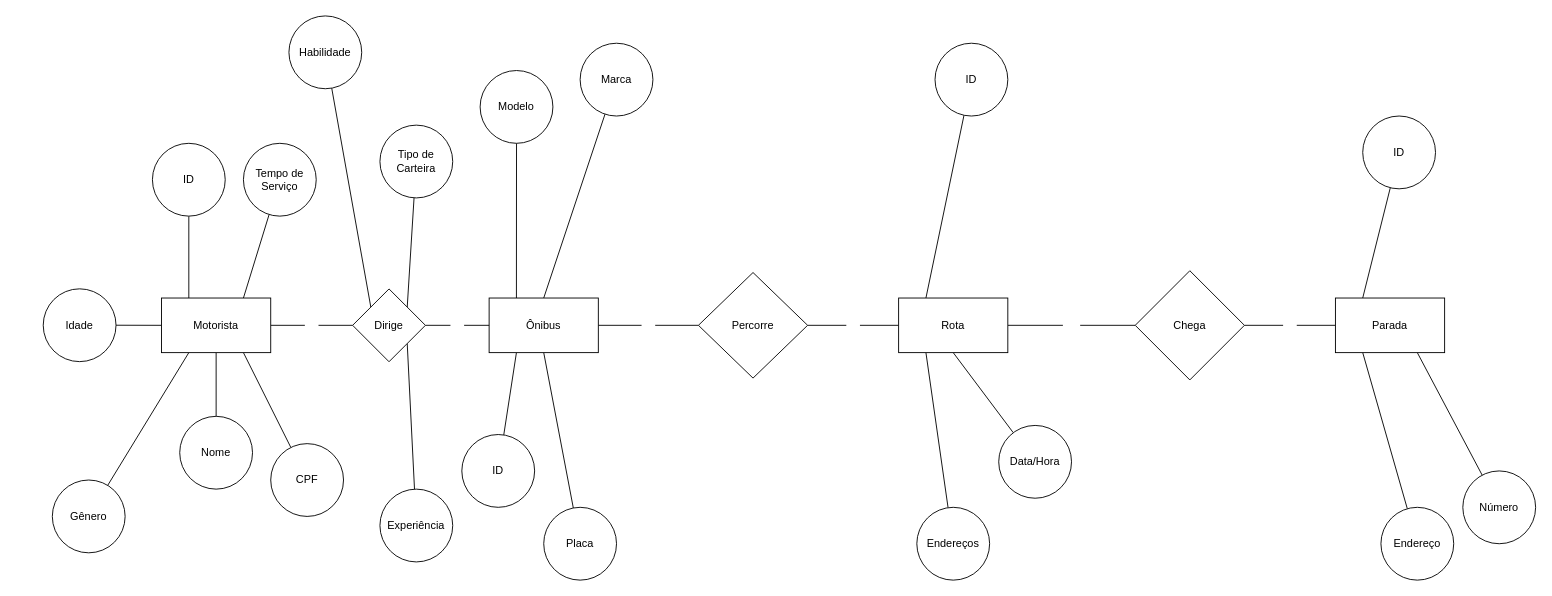
Above: page "Sistema de Gestão de Transporte Público" (2 of 2) of BD/exercicios_DER_3.drawio in marcel-aita/DEVNOITE (draw.io), before the change. Source tidied: cells renumbered, new cells numbered last; positions are measured from the earlier drawing's top-left corner, leaving out a move shared by most shapes. Both pictures are drawn from the tidied source at 91%, with x=0, y=0 at pixel (43, 15).
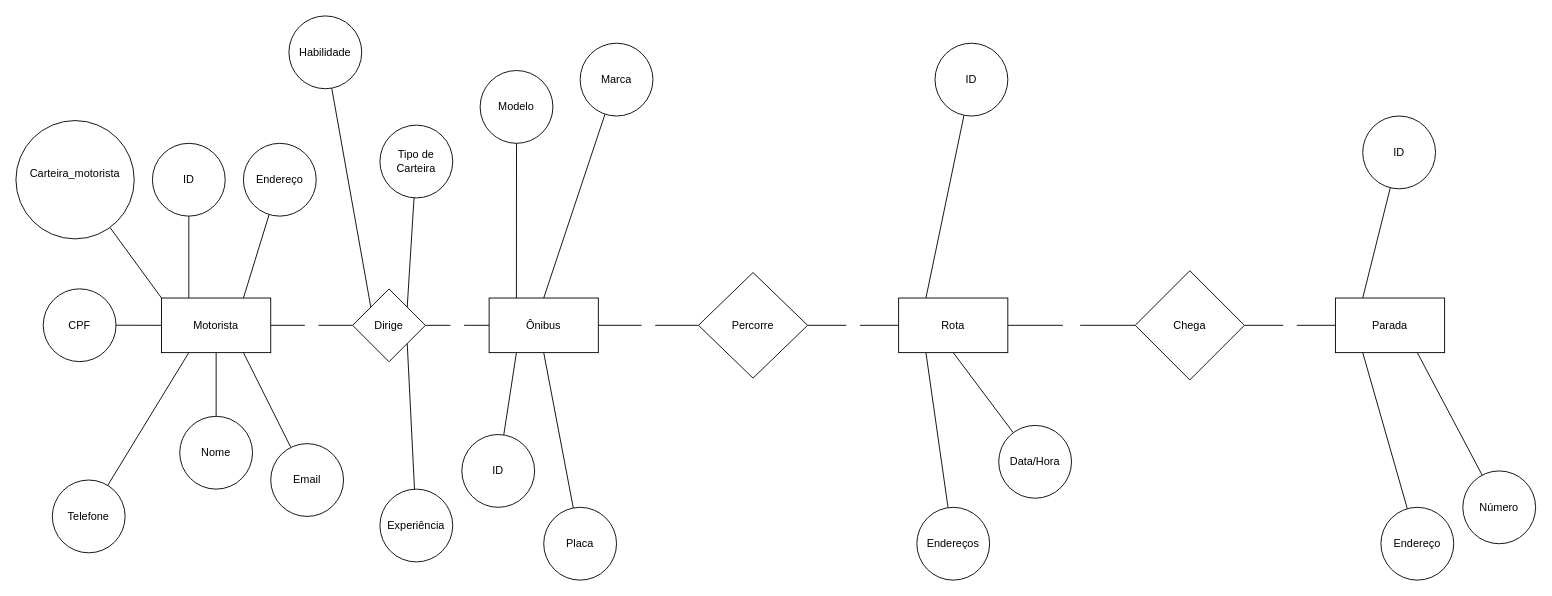
The same page after the edit.

Commit message (it also covers changes not shown here):
boa noite

The change refers to these unchanged cells:
```xml
<mxCell id="15" value="Motorista" style="rounded=0;whiteSpace=wrap;html=1;fontColor=#000000;fillColor=#FFFFFF;" parent="1" vertex="1">
  <mxGeometry x="130" y="310" width="120" height="60" as="geometry" />
</mxCell>
```

What changed in the source:
```diff
@@
+    <mxCell id="53" style="edgeStyle=none;html=1;exitX=0;exitY=0;exitDx=0;exitDy=0;endArrow=none;endFill=0;" parent="1" edge="1" source="15" target="54">
+      <mxGeometry relative="1" as="geometry" />
+    </mxCell>
@@
-    <mxCell id="23" value="Tempo de Serviço" style="ellipse;whiteSpace=wrap;html=1;fontColor=#000000;fillColor=#FFFFFF;" parent="1" vertex="1">
+    <mxCell id="23" value="Endereço" style="ellipse;whiteSpace=wrap;html=1;fontColor=#000000;fillColor=#FFFFFF;" parent="1" vertex="1">
       <mxGeometry x="220" y="140" width="80" height="80" as="geometry" />
     </mxCell>
-    <mxCell id="24" value="CPF" style="ellipse;whiteSpace=wrap;html=1;fontColor=#000000;fillColor=#FFFFFF;" parent="1" vertex="1">
+    <mxCell id="24" value="Email" style="ellipse;whiteSpace=wrap;html=1;fontColor=#000000;fillColor=#FFFFFF;" parent="1" vertex="1">
       <mxGeometry x="250" y="470" width="80" height="80" as="geometry" />
     </mxCell>
-    <mxCell id="25" value="Gênero" style="ellipse;whiteSpace=wrap;html=1;fontColor=#000000;fillColor=#FFFFFF;" parent="1" vertex="1">
+    <mxCell id="25" value="Telefone" style="ellipse;whiteSpace=wrap;html=1;fontColor=#000000;fillColor=#FFFFFF;" parent="1" vertex="1">
       <mxGeometry x="10" y="510" width="80" height="80" as="geometry" />
     </mxCell>
-    <mxCell id="26" value="Idade" style="ellipse;whiteSpace=wrap;html=1;fontColor=#000000;fillColor=#FFFFFF;" parent="1" vertex="1">
+    <mxCell id="26" value="CPF" style="ellipse;whiteSpace=wrap;html=1;fontColor=#000000;fillColor=#FFFFFF;" parent="1" vertex="1">
       <mxGeometry y="299.9" width="80" height="80" as="geometry" />
     </mxCell>
@@
+    <mxCell id="54" value="Carteira_motorista&lt;div&gt;&lt;br&gt;&lt;/div&gt;" style="ellipse;whiteSpace=wrap;html=1;" parent="1" vertex="1">
+      <mxGeometry x="-30" y="115" width="130" height="130" as="geometry" />
+    </mxCell>
```
